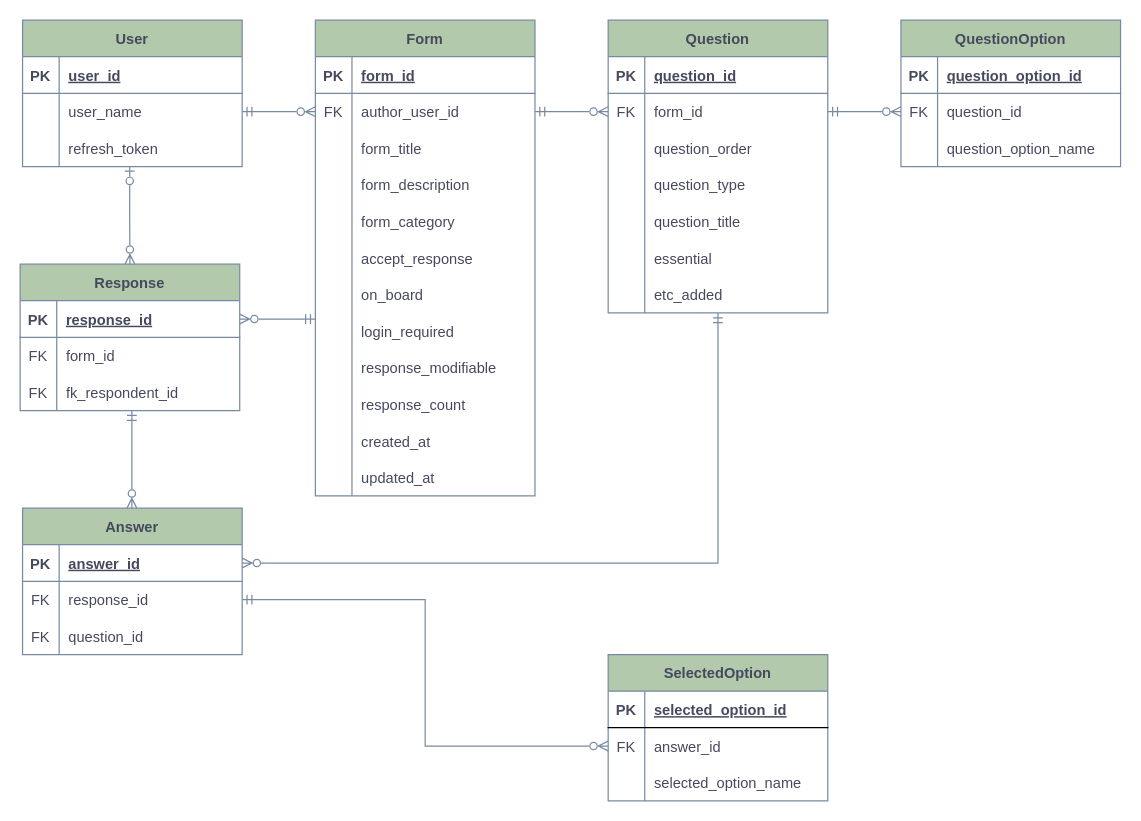
This is server/docs/erd.drawio from beepbipbp/BosstForm_Migration_MySQL, a draw.io file, before an edit. Source tidied: cells renumbered, new cells numbered last; positions are measured from the earlier drawing's top-left corner, leaving out a move shared by most shapes. Both pictures are drawn from the tidied source at 122%, with x=0, y=0 at pixel (20, 20).
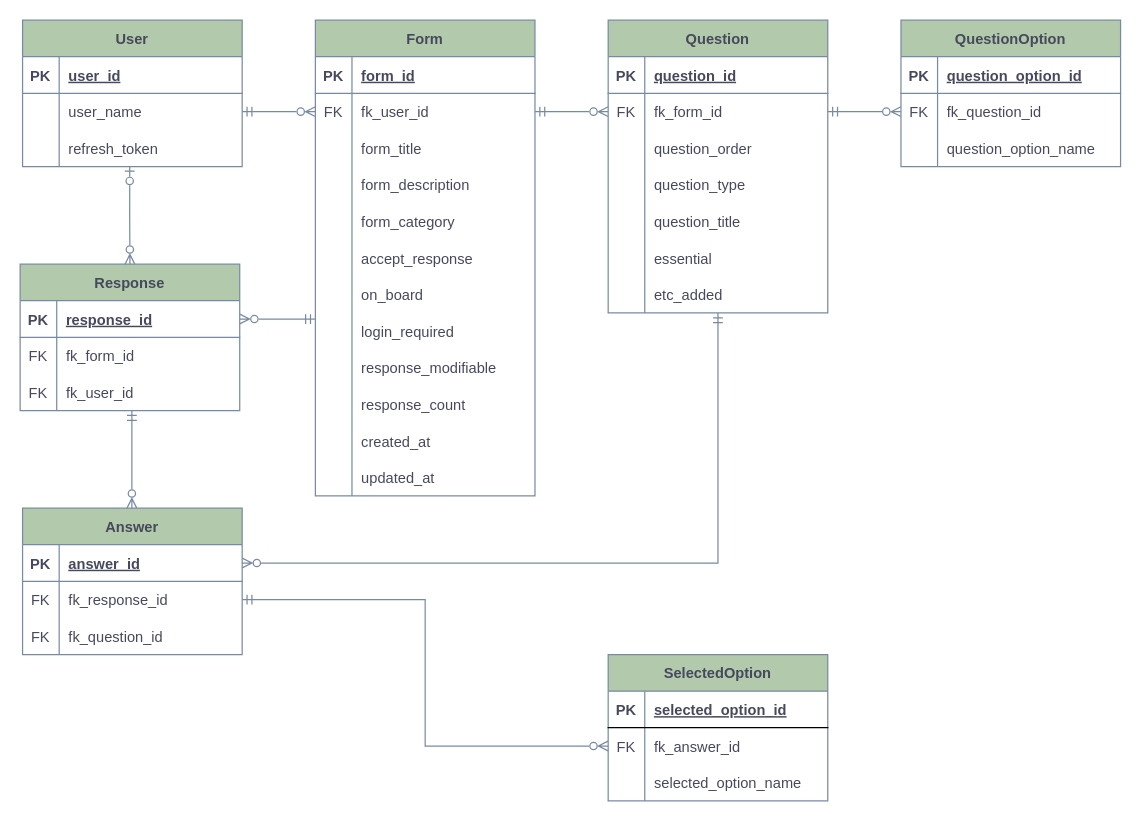
After the change.

The change refers to these unchanged cells:
```xml
<mxCell id="16" style="shape=tableRow;horizontal=0;startSize=0;swimlaneHead=0;swimlaneBody=0;fillColor=none;points=[[0,0.5],[1,0.5]];portConstraint=eastwest;top=0;left=0;right=0;bottom=0;strokeColor=#788AA3;fontColor=#46495D;labelBackgroundColor=none;" parent="12" vertex="1">
  <mxGeometry y="60" width="180" height="30" as="geometry" />
</mxCell>
<mxCell id="53" style="shape=tableRow;horizontal=0;startSize=0;swimlaneHead=0;swimlaneBody=0;fillColor=none;points=[[0,0.5],[1,0.5]];portConstraint=eastwest;top=0;left=0;right=0;bottom=0;strokeColor=#788AA3;fontColor=#46495D;labelBackgroundColor=none;" parent="49" vertex="1">
  <mxGeometry y="60" width="180" height="30" as="geometry" />
</mxCell>
<mxCell id="75" style="shape=tableRow;horizontal=0;startSize=0;swimlaneHead=0;swimlaneBody=0;fillColor=none;points=[[0,0.5],[1,0.5]];portConstraint=eastwest;top=0;left=0;right=0;bottom=0;strokeColor=#788AA3;fontColor=#46495D;labelBackgroundColor=none;" parent="71" vertex="1">
  <mxGeometry y="60" width="180" height="30" as="geometry" />
</mxCell>
<mxCell id="85" style="shape=tableRow;horizontal=0;startSize=0;swimlaneHead=0;swimlaneBody=0;fillColor=none;top=0;left=0;right=0;bottom=0;strokeColor=#788AA3;fontColor=#46495D;labelBackgroundColor=none;" parent="81" vertex="1">
  <mxGeometry y="60" width="180" height="30" as="geometry" />
</mxCell>
<mxCell id="88" style="shape=tableRow;horizontal=0;startSize=0;swimlaneHead=0;swimlaneBody=0;fillColor=none;top=0;left=0;right=0;bottom=0;strokeColor=#788AA3;fontColor=#46495D;labelBackgroundColor=none;" parent="81" vertex="1">
  <mxGeometry y="90" width="180" height="30" as="geometry" />
</mxCell>
<mxCell id="95" style="shape=tableRow;horizontal=0;startSize=0;swimlaneHead=0;swimlaneBody=0;fillColor=none;points=[[0,0.5],[1,0.5]];portConstraint=eastwest;top=0;left=0;right=0;bottom=0;strokeColor=#788AA3;fontColor=#46495D;labelBackgroundColor=none;" parent="91" vertex="1">
  <mxGeometry y="60" width="180" height="30" as="geometry" />
</mxCell>
<mxCell id="98" style="shape=tableRow;horizontal=0;startSize=0;swimlaneHead=0;swimlaneBody=0;fillColor=none;top=0;left=0;right=0;bottom=0;strokeColor=#788AA3;fontColor=#46495D;labelBackgroundColor=none;" parent="91" vertex="1">
  <mxGeometry y="90" width="180" height="30" as="geometry" />
</mxCell>
<mxCell id="105" style="shape=tableRow;horizontal=0;startSize=0;swimlaneHead=0;swimlaneBody=0;fillColor=none;points=[[0,0.5],[1,0.5]];portConstraint=eastwest;top=0;left=0;right=0;bottom=0;strokeColor=#788AA3;fontColor=#46495D;labelBackgroundColor=none;" parent="101" vertex="1">
  <mxGeometry y="60" width="180" height="30" as="geometry" />
</mxCell>
```

What changed in the source:
```diff
@@
-    <mxCell id="18" value="author_user_id" style="shape=partialRectangle;fillColor=none;top=0;left=0;bottom=0;right=0;align=left;spacingLeft=6;overflow=hidden;strokeColor=#788AA3;fontColor=#46495D;labelBackgroundColor=none;" parent="16" vertex="1">
+    <mxCell id="18" value="fk_user_id" style="shape=partialRectangle;fillColor=none;top=0;left=0;bottom=0;right=0;align=left;spacingLeft=6;overflow=hidden;strokeColor=#788AA3;fontColor=#46495D;labelBackgroundColor=none;" parent="16" vertex="1">
       <mxGeometry x="30" width="150" height="30" as="geometry" />
     </mxCell>
@@
-    <mxCell id="55" value="form_id" style="shape=partialRectangle;fillColor=none;top=0;left=0;bottom=0;right=0;align=left;spacingLeft=6;overflow=hidden;strokeColor=#788AA3;fontColor=#46495D;labelBackgroundColor=none;" parent="53" vertex="1">
+    <mxCell id="55" value="fk_form_id" style="shape=partialRectangle;fillColor=none;top=0;left=0;bottom=0;right=0;align=left;spacingLeft=6;overflow=hidden;strokeColor=#788AA3;fontColor=#46495D;labelBackgroundColor=none;" parent="53" vertex="1">
       <mxGeometry x="30" width="150" height="30" as="geometry" />
     </mxCell>
@@
-    <mxCell id="77" value="question_id" style="shape=partialRectangle;fillColor=none;top=0;left=0;bottom=0;right=0;align=left;spacingLeft=6;overflow=hidden;strokeColor=#788AA3;fontColor=#46495D;labelBackgroundColor=none;" parent="75" vertex="1">
+    <mxCell id="77" value="fk_question_id" style="shape=partialRectangle;fillColor=none;top=0;left=0;bottom=0;right=0;align=left;spacingLeft=6;overflow=hidden;strokeColor=#788AA3;fontColor=#46495D;labelBackgroundColor=none;" parent="75" vertex="1">
       <mxGeometry x="30" width="150" height="30" as="geometry" />
     </mxCell>
@@
-    <mxCell id="87" value="form_id" style="shape=partialRectangle;fillColor=none;top=0;left=0;bottom=0;right=0;align=left;spacingLeft=6;overflow=hidden;strokeColor=#788AA3;fontColor=#46495D;labelBackgroundColor=none;" parent="85" vertex="1">
+    <mxCell id="87" value="fk_form_id" style="shape=partialRectangle;fillColor=none;top=0;left=0;bottom=0;right=0;align=left;spacingLeft=6;overflow=hidden;strokeColor=#788AA3;fontColor=#46495D;labelBackgroundColor=none;" parent="85" vertex="1">
       <mxGeometry x="30" width="150" height="30" as="geometry" />
     </mxCell>
@@
-    <mxCell id="90" value="fk_respondent_id" style="shape=partialRectangle;fillColor=none;top=0;left=0;bottom=0;right=0;align=left;spacingLeft=6;overflow=hidden;strokeColor=#788AA3;fontColor=#46495D;labelBackgroundColor=none;" parent="88" vertex="1">
+    <mxCell id="90" value="fk_user_id" style="shape=partialRectangle;fillColor=none;top=0;left=0;bottom=0;right=0;align=left;spacingLeft=6;overflow=hidden;strokeColor=#788AA3;fontColor=#46495D;labelBackgroundColor=none;" parent="88" vertex="1">
       <mxGeometry x="30" width="150" height="30" as="geometry" />
     </mxCell>
@@
-    <mxCell id="97" value="response_id" style="shape=partialRectangle;fillColor=none;top=0;left=0;bottom=0;right=0;align=left;spacingLeft=6;overflow=hidden;strokeColor=#788AA3;fontColor=#46495D;labelBackgroundColor=none;" parent="95" vertex="1">
+    <mxCell id="97" value="fk_response_id" style="shape=partialRectangle;fillColor=none;top=0;left=0;bottom=0;right=0;align=left;spacingLeft=6;overflow=hidden;strokeColor=#788AA3;fontColor=#46495D;labelBackgroundColor=none;" parent="95" vertex="1">
       <mxGeometry x="30" width="150" height="30" as="geometry" />
     </mxCell>
@@
-    <mxCell id="100" value="question_id" style="shape=partialRectangle;fillColor=none;top=0;left=0;bottom=0;right=0;align=left;spacingLeft=6;overflow=hidden;strokeColor=#788AA3;fontColor=#46495D;labelBackgroundColor=none;" parent="98" vertex="1">
+    <mxCell id="100" value="fk_question_id" style="shape=partialRectangle;fillColor=none;top=0;left=0;bottom=0;right=0;align=left;spacingLeft=6;overflow=hidden;strokeColor=#788AA3;fontColor=#46495D;labelBackgroundColor=none;" parent="98" vertex="1">
       <mxGeometry x="30" width="150" height="30" as="geometry" />
     </mxCell>
@@
-    <mxCell id="107" value="answer_id" style="shape=partialRectangle;fillColor=none;top=0;left=0;bottom=0;right=0;align=left;spacingLeft=6;overflow=hidden;strokeColor=#788AA3;fontColor=#46495D;labelBackgroundColor=none;" parent="105" vertex="1">
+    <mxCell id="107" value="fk_answer_id" style="shape=partialRectangle;fillColor=none;top=0;left=0;bottom=0;right=0;align=left;spacingLeft=6;overflow=hidden;strokeColor=#788AA3;fontColor=#46495D;labelBackgroundColor=none;" parent="105" vertex="1">
       <mxGeometry x="30" width="150" height="30" as="geometry" />
     </mxCell>
```
